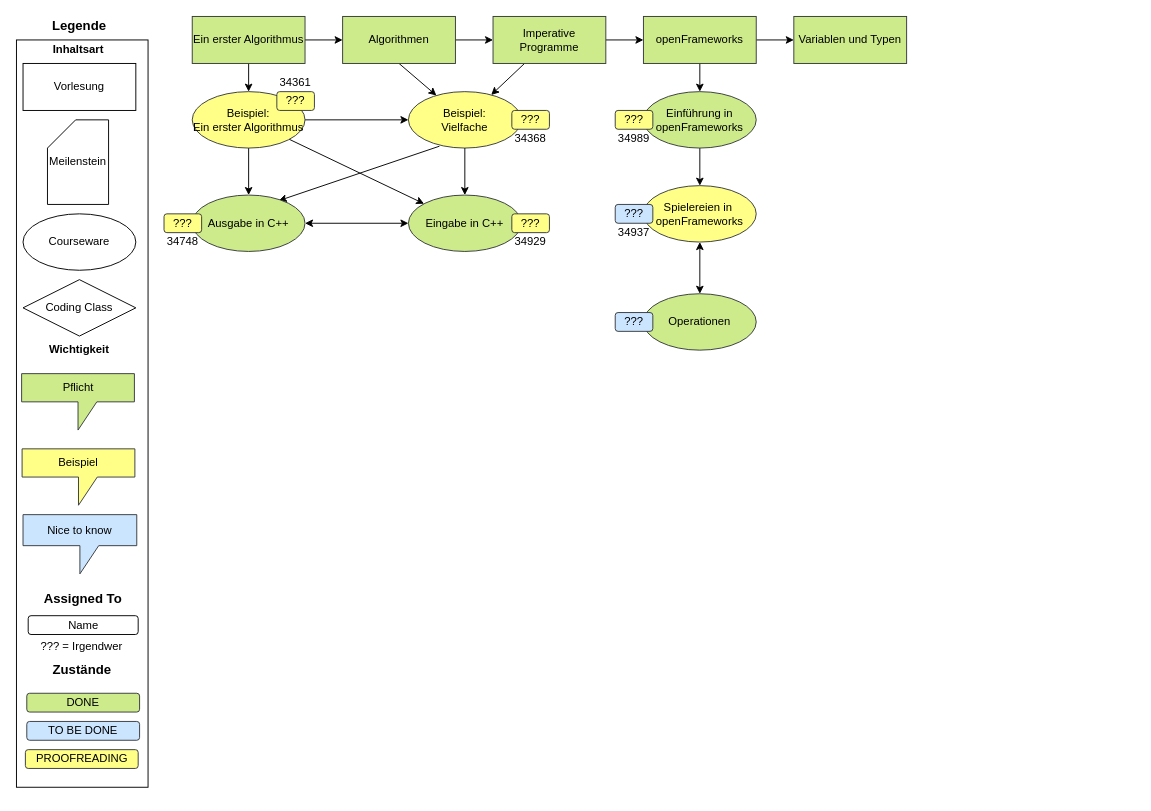
The draw.io diagram AuD Inhalt.drawio in mbrinkmeier/AudInhalt, before the edit. Source tidied: cells renumbered, new cells numbered last; positions are measured from the earlier drawing's top-left corner, leaving out a move shared by most shapes. Both pictures are drawn from the tidied source at 94%, with x=0, y=0 at pixel (16, 16).
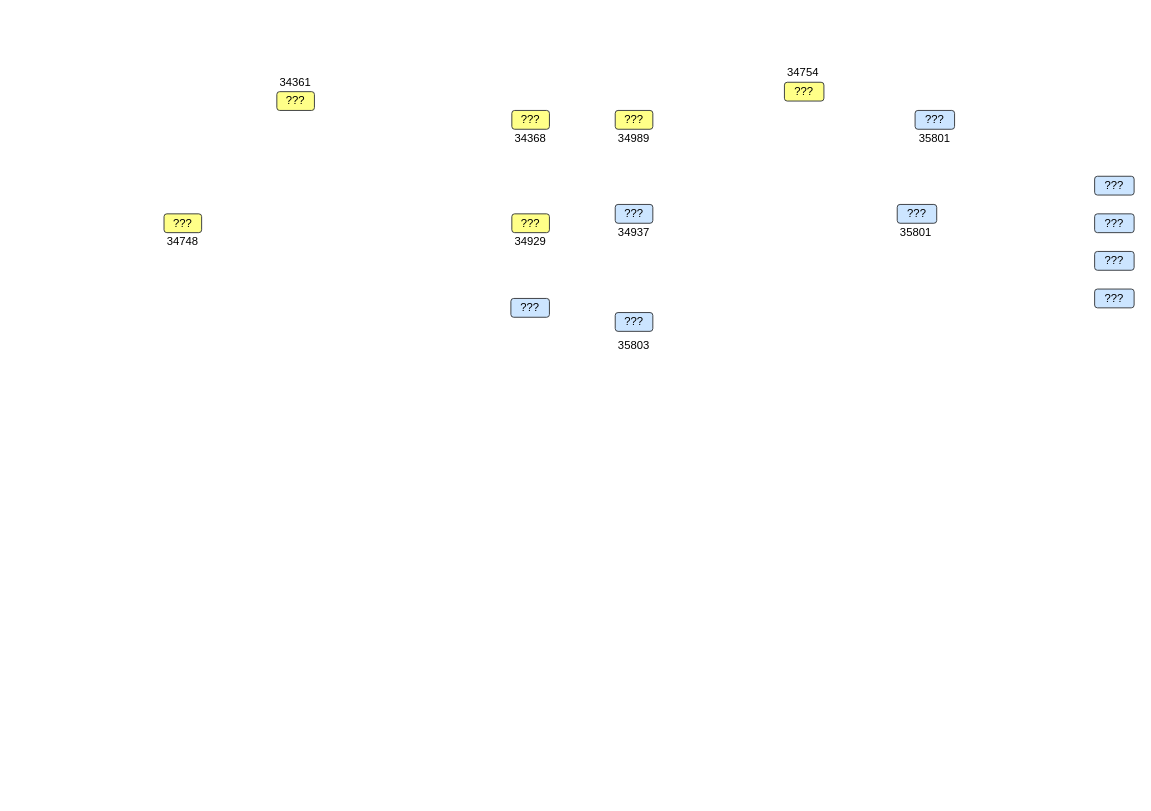
After the change.

Diff of the diagram source:
```diff
@@
-    <mxCell id="1" parent="0" />
-    <mxCell id="2" style="rounded=0;whiteSpace=wrap;html=1;fillColor=none;" parent="1" vertex="1">
-      <mxGeometry y="25" width="140" height="795" as="geometry" />
-    </mxCell>
-    <mxCell id="3" value="Coding Class" style="rhombus;whiteSpace=wrap;html=1;" parent="1" vertex="1">
-      <mxGeometry x="7" y="280" width="120" height="60" as="geometry" />
-    </mxCell>
-    <mxCell id="4" style="edgeStyle=none;rounded=0;comic=0;jumpStyle=none;jettySize=auto;html=1;exitX=0.275;exitY=0.967;exitDx=0;exitDy=0;entryX=0.767;entryY=0.1;entryDx=0;entryDy=0;entryPerimeter=0;strokeColor=#000000;exitPerimeter=0;" parent="1" edge="1" source="5" target="22">
-      <mxGeometry relative="1" as="geometry" />
-    </mxCell>
-    <mxCell id="5" value="Beispiel:&lt;br&gt;Vielfache" style="ellipse;whiteSpace=wrap;html=1;fillColor=#ffff88;strokeColor=#36393d;" parent="1" vertex="1">
-      <mxGeometry x="417" y="80" width="120" height="60" as="geometry" />
-    </mxCell>
-    <mxCell id="6" value="Meilenstein" style="shape=card;whiteSpace=wrap;html=1;" parent="1" vertex="1">
-      <mxGeometry x="33" y="110" width="65" height="90" as="geometry" />
-    </mxCell>
-    <mxCell id="7" value="Name" style="rounded=1;whiteSpace=wrap;html=1;" parent="1" vertex="1">
-      <mxGeometry x="12.5" y="637.5" width="117" height="20" as="geometry" />
-    </mxCell>
-    <mxCell id="8" value="Vorlesung" style="rounded=0;whiteSpace=wrap;html=1;" parent="1" vertex="1">
-      <mxGeometry x="7" y="50" width="120" height="50" as="geometry" />
-    </mxCell>
-    <mxCell id="9" value="DONE" style="rounded=1;whiteSpace=wrap;html=1;fillColor=#cdeb8b;strokeColor=#36393d;" parent="1" vertex="1">
-      <mxGeometry x="11" y="720" width="120" height="20" as="geometry" />
-    </mxCell>
-    <mxCell id="10" value="TO BE DONE" style="rounded=1;whiteSpace=wrap;html=1;fillColor=#cce5ff;strokeColor=#36393d;" parent="1" vertex="1">
-      <mxGeometry x="11" y="750" width="120" height="20" as="geometry" />
-    </mxCell>
-    <mxCell id="11" value="PROOFREADING" style="rounded=1;whiteSpace=wrap;html=1;fillColor=#ffff88;strokeColor=#36393d;" parent="1" vertex="1">
-      <mxGeometry x="9.5" y="780" width="120" height="20" as="geometry" />
-    </mxCell>
-    <mxCell id="12" style="edgeStyle=orthogonalEdgeStyle;rounded=0;jettySize=auto;html=1;exitX=0.5;exitY=1;exitDx=0;exitDy=0;entryX=0.5;entryY=0;entryDx=0;entryDy=0;jumpStyle=arc;comic=0;" parent="1" edge="1" source="14" target="17">
-      <mxGeometry relative="1" as="geometry" />
-    </mxCell>
-    <mxCell id="13" style="edgeStyle=orthogonalEdgeStyle;rounded=0;jettySize=auto;html=1;exitX=1;exitY=0.5;exitDx=0;exitDy=0;entryX=0;entryY=0.5;entryDx=0;entryDy=0;" parent="1" edge="1" source="14" target="20">
-      <mxGeometry relative="1" as="geometry" />
-    </mxCell>
-    <mxCell id="14" value="Ein erster Algorithmus" style="rounded=0;whiteSpace=wrap;html=1;fillColor=#cdeb8b;strokeColor=#36393d;" parent="1" vertex="1">
-      <mxGeometry x="187" width="120" height="50" as="geometry" />
-    </mxCell>
-    <mxCell id="15" style="rounded=0;comic=0;jumpStyle=none;jettySize=auto;html=1;exitX=0.5;exitY=1;exitDx=0;exitDy=0;strokeColor=#000000;" parent="1" edge="1" source="17" target="22">
-      <mxGeometry relative="1" as="geometry" />
-    </mxCell>
-    <mxCell id="16" style="edgeStyle=none;rounded=0;comic=0;jumpStyle=none;jettySize=auto;html=1;exitX=1;exitY=0.5;exitDx=0;exitDy=0;entryX=0;entryY=0.5;entryDx=0;entryDy=0;strokeColor=#000000;fillColor=#f8cecc;" parent="1" edge="1" source="17" target="5">
-      <mxGeometry relative="1" as="geometry" />
-    </mxCell>
-    <mxCell id="17" value="Beispiel:&lt;br&gt;Ein erster Algorithmus" style="ellipse;whiteSpace=wrap;html=1;fillColor=#ffff88;strokeColor=#36393d;" parent="1" vertex="1">
-      <mxGeometry x="187" y="80" width="120" height="60" as="geometry" />
-    </mxCell>
-    <mxCell id="18" style="edgeStyle=none;rounded=0;jettySize=auto;html=1;exitX=0.5;exitY=1;exitDx=0;exitDy=0;" parent="1" edge="1" source="20" target="5">
-      <mxGeometry relative="1" as="geometry" />
-    </mxCell>
-    <mxCell id="19" style="edgeStyle=none;rounded=0;jettySize=auto;html=1;" parent="1" edge="1" source="20" target="40">
-      <mxGeometry relative="1" as="geometry" />
-    </mxCell>
-    <mxCell id="20" value="Algorithmen" style="rounded=0;whiteSpace=wrap;html=1;fillColor=#cdeb8b;strokeColor=#36393d;" parent="1" vertex="1">
-      <mxGeometry x="347" width="120" height="50" as="geometry" />
-    </mxCell>
-    <mxCell id="21" style="edgeStyle=none;rounded=0;jettySize=auto;html=1;startArrow=classic;startFill=1;" parent="1" edge="1" source="22" target="33">
-      <mxGeometry relative="1" as="geometry" />
-    </mxCell>
-    <mxCell id="22" value="Ausgabe in C++" style="ellipse;whiteSpace=wrap;html=1;fillColor=#cdeb8b;strokeColor=#36393d;" parent="1" vertex="1">
-      <mxGeometry x="187" y="190" width="120" height="60" as="geometry" />
-    </mxCell>
-    <mxCell id="23" value="Courseware" style="ellipse;whiteSpace=wrap;html=1;" parent="1" vertex="1">
-      <mxGeometry x="7" y="210" width="120" height="60" as="geometry" />
-    </mxCell>
-    <mxCell id="24" value="&lt;b&gt;&lt;font style=&quot;font-size: 14px&quot;&gt;Legende&lt;/font&gt;&lt;/b&gt;" style="text;html=1;strokeColor=none;fillColor=none;align=center;verticalAlign=middle;whiteSpace=wrap;rounded=0;" parent="1" vertex="1">
-      <mxGeometry x="37" width="60" height="20" as="geometry" />
-    </mxCell>
-    <mxCell id="25" value="&lt;b&gt;&lt;font style=&quot;font-size: 14px&quot;&gt;Zustände&lt;/font&gt;&lt;/b&gt;" style="text;html=1;strokeColor=none;fillColor=none;align=center;verticalAlign=middle;whiteSpace=wrap;rounded=0;" parent="1" vertex="1">
-      <mxGeometry x="39.5" y="685" width="60" height="20" as="geometry" />
-    </mxCell>
-    <mxCell id="26" value="&lt;b&gt;&lt;font style=&quot;font-size: 14px&quot;&gt;Assigned To&lt;/font&gt;&lt;/b&gt;" style="text;html=1;strokeColor=none;fillColor=none;align=center;verticalAlign=middle;whiteSpace=wrap;rounded=0;" parent="1" vertex="1">
-      <mxGeometry x="11" y="610" width="120" height="20" as="geometry" />
-    </mxCell>
-    <mxCell id="27" value="??? = Irgendwer" style="text;html=1;strokeColor=none;fillColor=none;align=center;verticalAlign=middle;whiteSpace=wrap;rounded=0;" parent="1" vertex="1">
-      <mxGeometry x="11" y="660" width="117" height="20" as="geometry" />
-    </mxCell>
-    <mxCell id="28" value="&lt;b&gt;Wichtigkeit&lt;/b&gt;" style="text;html=1;strokeColor=none;fillColor=none;align=center;verticalAlign=middle;whiteSpace=wrap;rounded=0;" parent="1" vertex="1">
-      <mxGeometry x="37" y="345" width="60" height="20" as="geometry" />
-    </mxCell>
-    <mxCell id="29" value="Pflicht" style="shape=callout;whiteSpace=wrap;html=1;perimeter=calloutPerimeter;fillColor=#cdeb8b;strokeColor=#36393d;" parent="1" vertex="1">
-      <mxGeometry x="5.5" y="380" width="120" height="60" as="geometry" />
-    </mxCell>
-    <mxCell id="30" value="Beispiel" style="shape=callout;whiteSpace=wrap;html=1;perimeter=calloutPerimeter;fillColor=#ffff88;strokeColor=#36393d;" parent="1" vertex="1">
-      <mxGeometry x="6" y="460" width="120" height="60" as="geometry" />
-    </mxCell>
-    <mxCell id="31" value="Nice to know" style="shape=callout;whiteSpace=wrap;html=1;perimeter=calloutPerimeter;fillColor=#cce5ff;strokeColor=#36393d;" parent="1" vertex="1">
-      <mxGeometry x="7" y="530" width="121" height="63" as="geometry" />
-    </mxCell>
-    <mxCell id="32" value="&lt;b&gt;Inhaltsart&lt;/b&gt;" style="text;html=1;strokeColor=none;fillColor=none;align=center;verticalAlign=middle;whiteSpace=wrap;rounded=0;" parent="1" vertex="1">
-      <mxGeometry x="45.5" y="25" width="40" height="20" as="geometry" />
-    </mxCell>
-    <mxCell id="33" value="Eingabe in C++" style="ellipse;whiteSpace=wrap;html=1;fillColor=#cdeb8b;strokeColor=#36393d;" parent="1" vertex="1">
-      <mxGeometry x="417" y="190" width="120" height="60" as="geometry" />
-    </mxCell>
-    <mxCell id="34" style="edgeStyle=orthogonalEdgeStyle;rounded=0;orthogonalLoop=1;jettySize=auto;html=1;exitX=0.5;exitY=1;exitDx=0;exitDy=0;" parent="1" edge="1" source="33" target="33">
-      <mxGeometry relative="1" as="geometry" />
-    </mxCell>
-    <mxCell id="35" style="edgeStyle=none;rounded=0;jettySize=auto;html=1;" parent="1" edge="1" source="5" target="33">
-      <mxGeometry relative="1" as="geometry" />
-    </mxCell>
-    <mxCell id="36" style="rounded=0;jettySize=auto;html=1;" parent="1" edge="1" source="17" target="33">
-      <mxGeometry relative="1" as="geometry" />
-    </mxCell>
-    <mxCell id="37" style="edgeStyle=none;rounded=0;orthogonalLoop=1;jettySize=auto;html=1;exitX=0.5;exitY=1;exitDx=0;exitDy=0;" parent="1" edge="1" source="2" target="2">
-      <mxGeometry relative="1" as="geometry" />
-    </mxCell>
-    <mxCell id="38" style="edgeStyle=none;rounded=0;jettySize=auto;html=1;" parent="1" edge="1" source="40" target="5">
-      <mxGeometry relative="1" as="geometry" />
-    </mxCell>
-    <mxCell id="39" style="edgeStyle=none;rounded=0;jettySize=auto;html=1;" parent="1" edge="1" source="40" target="43">
-      <mxGeometry relative="1" as="geometry" />
-    </mxCell>
-    <mxCell id="40" value="Imperative Programme" style="rounded=0;whiteSpace=wrap;html=1;fillColor=#cdeb8b;strokeColor=#36393d;" parent="1" vertex="1">
-      <mxGeometry x="507" width="120" height="50" as="geometry" />
-    </mxCell>
-    <mxCell id="41" style="edgeStyle=none;rounded=0;jettySize=auto;html=1;" parent="1" edge="1" source="43" target="45">
-      <mxGeometry relative="1" as="geometry" />
-    </mxCell>
-    <mxCell id="42" style="edgeStyle=none;rounded=0;jettySize=auto;html=1;" parent="1" edge="1" source="43" target="48">
-      <mxGeometry relative="1" as="geometry" />
-    </mxCell>
-    <mxCell id="43" value="openFrameworks" style="rounded=0;whiteSpace=wrap;html=1;fillColor=#cdeb8b;strokeColor=#36393d;" parent="1" vertex="1">
-      <mxGeometry x="667" width="120" height="50" as="geometry" />
-    </mxCell>
-    <mxCell id="44" style="edgeStyle=none;rounded=0;jettySize=auto;html=1;" parent="1" edge="1" source="45" target="55">
-      <mxGeometry relative="1" as="geometry" />
-    </mxCell>
-    <mxCell id="45" value="Einführung in openFrameworks" style="ellipse;whiteSpace=wrap;html=1;fillColor=#cdeb8b;strokeColor=#36393d;" parent="1" vertex="1">
-      <mxGeometry x="667" y="80" width="120" height="60" as="geometry" />
-    </mxCell>
-    <mxCell id="46" style="edgeStyle=none;rounded=0;jettySize=auto;html=1;startArrow=classic;startFill=1;" parent="1" edge="1" source="47" target="55">
-      <mxGeometry relative="1" as="geometry" />
-    </mxCell>
-    <mxCell id="47" value="Operationen" style="ellipse;whiteSpace=wrap;html=1;fillColor=#cdeb8b;strokeColor=#36393d;" parent="1" vertex="1">
-      <mxGeometry x="667" y="295" width="120" height="60" as="geometry" />
-    </mxCell>
-    <mxCell id="48" value="Variablen und Typen" style="rounded=0;whiteSpace=wrap;html=1;fillColor=#cdeb8b;strokeColor=#36393d;" parent="1" vertex="1">
-      <mxGeometry x="827" width="120" height="50" as="geometry" />
-    </mxCell>
@@
-    <mxCell id="55" value="Spielereien in&amp;nbsp; openFrameworks" style="ellipse;whiteSpace=wrap;html=1;fillColor=#ffff88;strokeColor=#36393d;" parent="49" vertex="1">
-      <mxGeometry x="667" y="180" width="120" height="60" as="geometry" />
-    </mxCell>
@@
+    <mxCell id="66" value="???" style="rounded=1;whiteSpace=wrap;html=1;fillColor=#cce5ff;strokeColor=#36393d;" parent="49" vertex="1">
+      <mxGeometry x="956" y="100" width="42" height="20" as="geometry" />
+    </mxCell>
+    <mxCell id="67" value="???" style="rounded=1;whiteSpace=wrap;html=1;fillColor=#ffff88;strokeColor=#36393d;" parent="49" vertex="1">
+      <mxGeometry x="817" y="70" width="42" height="20" as="geometry" />
+    </mxCell>
+    <mxCell id="68" value="???" style="rounded=1;whiteSpace=wrap;html=1;fillColor=#cce5ff;strokeColor=#36393d;" parent="49" vertex="1">
+      <mxGeometry x="1147" y="170" width="42" height="20" as="geometry" />
+    </mxCell>
+    <mxCell id="69" value="???" style="rounded=1;whiteSpace=wrap;html=1;fillColor=#cce5ff;strokeColor=#36393d;" parent="49" vertex="1">
+      <mxGeometry x="1147" y="210" width="42" height="20" as="geometry" />
+    </mxCell>
+    <mxCell id="70" value="???" style="rounded=1;whiteSpace=wrap;html=1;fillColor=#cce5ff;strokeColor=#36393d;" parent="49" vertex="1">
+      <mxGeometry x="1147" y="250" width="42" height="20" as="geometry" />
+    </mxCell>
+    <mxCell id="71" value="???" style="rounded=1;whiteSpace=wrap;html=1;fillColor=#cce5ff;strokeColor=#36393d;" parent="49" vertex="1">
+      <mxGeometry x="1147" y="290" width="42" height="20" as="geometry" />
+    </mxCell>
+    <mxCell id="72" value="???" style="rounded=1;whiteSpace=wrap;html=1;fillColor=#cce5ff;strokeColor=#36393d;" parent="49" vertex="1">
+      <mxGeometry x="937" y="200" width="42" height="20" as="geometry" />
+    </mxCell>
+    <mxCell id="73" value="???" style="rounded=1;whiteSpace=wrap;html=1;fillColor=#cce5ff;strokeColor=#36393d;" parent="49" vertex="1">
+      <mxGeometry x="526" y="300" width="41" height="20" as="geometry" />
+    </mxCell>
@@
+    <mxCell id="74" value="34754" style="text;html=1;strokeColor=none;fillColor=none;align=center;verticalAlign=middle;whiteSpace=wrap;rounded=0;" parent="58" vertex="1">
+      <mxGeometry x="817" y="50" width="40" height="20" as="geometry" />
+    </mxCell>
+    <mxCell id="75" value="35801" style="text;html=1;strokeColor=none;fillColor=none;align=center;verticalAlign=middle;whiteSpace=wrap;rounded=0;" parent="58" vertex="1">
+      <mxGeometry x="957" y="120" width="40" height="20" as="geometry" />
+    </mxCell>
+    <mxCell id="76" value="35803" style="text;html=1;strokeColor=none;fillColor=none;align=center;verticalAlign=middle;whiteSpace=wrap;rounded=0;" parent="58" vertex="1">
+      <mxGeometry x="637" y="340" width="40" height="20" as="geometry" />
+    </mxCell>
+    <mxCell id="77" value="35801" style="text;html=1;strokeColor=none;fillColor=none;align=center;verticalAlign=middle;whiteSpace=wrap;rounded=0;" parent="58" vertex="1">
+      <mxGeometry x="937" y="220" width="40" height="20" as="geometry" />
+    </mxCell>
```
